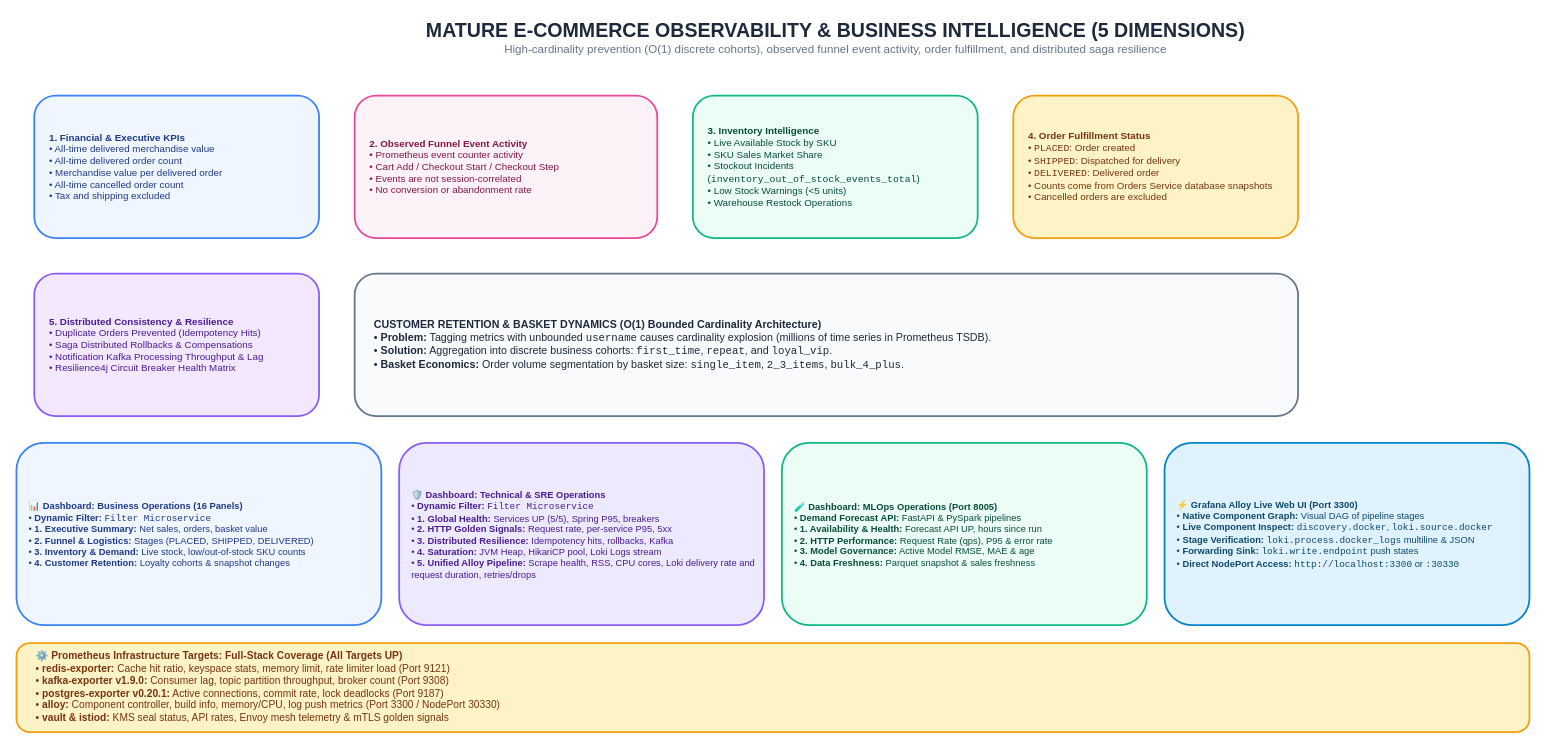
The draw.io diagram page "8. Mature E-Commerce Observability Architecture" (8 of 17) of docs/Diagrams.drawio in GeorgeGxx/microservices-architecture, before the edit. Source tidied: cells renumbered, new cells numbered last; positions are measured from the earlier drawing's top-left corner, leaving out a move shared by most shapes. Both pictures are drawn from the tidied source at 89%, with x=0, y=0 at pixel (16, 15).
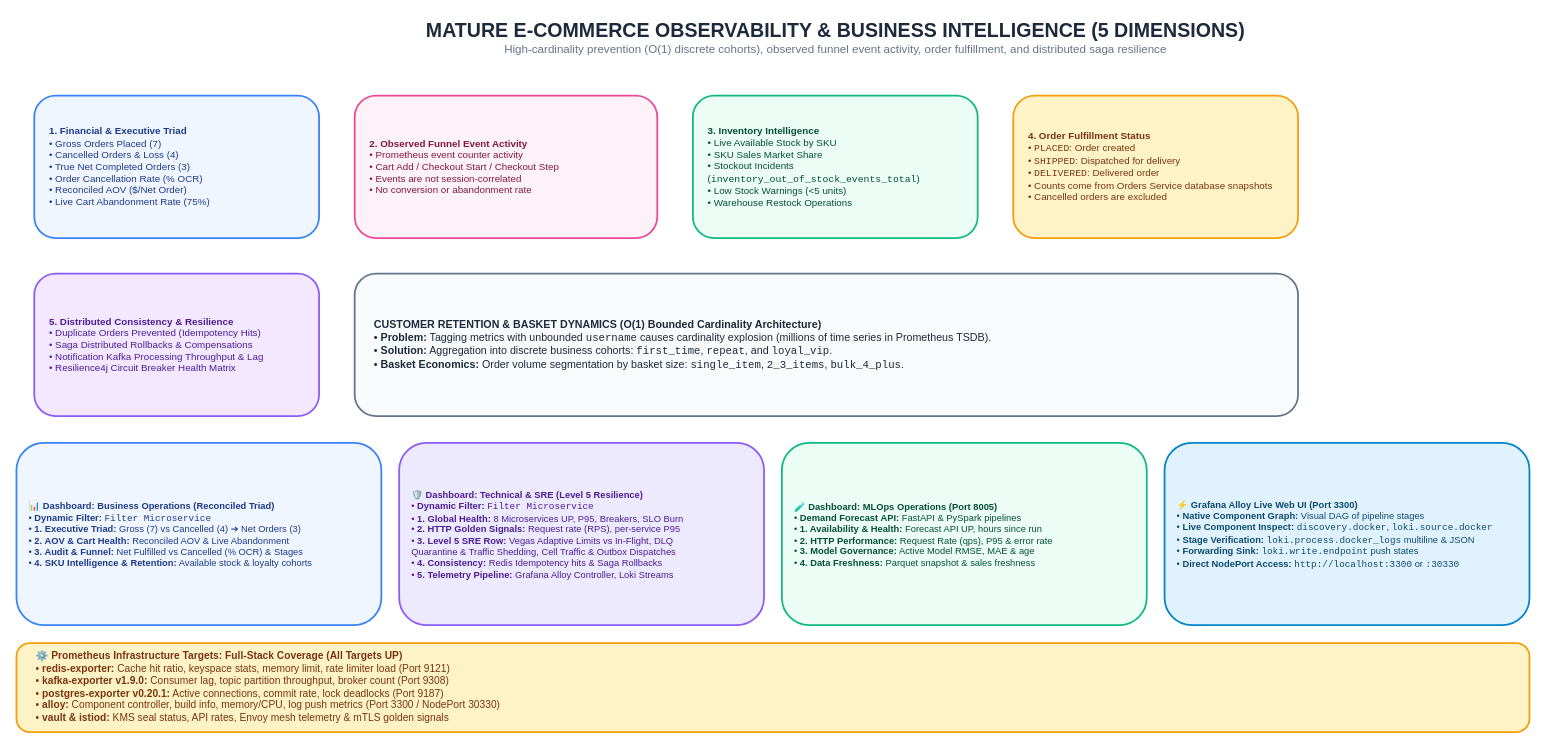
Above is the later version.

Commit message (it also covers changes not shown here):
docs: synchronize 17-page Draw.io blueprint and documentation for Level 5 resilience architecture and executive reconciliation triad

The edit, as a diff of the source:
```diff
@@
 <mxGraphModel>
   <root>
     <mxCell id="0" />
     <mxCell id="1" parent="0" />
     <mxCell id="2" value="&lt;b style='font-size:22px;color:#1E293B;'&gt;MATURE E-COMMERCE OBSERVABILITY &amp; BUSINESS INTELLIGENCE (5 DIMENSIONS)&lt;/b&gt;&lt;br&gt;&lt;span style='font-size:13px;color:#64748B;'&gt;High-cardinality prevention (O(1) discrete cohorts), observed funnel event activity, order fulfillment, and distributed saga resilience&lt;/span&gt;" style="text;html=1;align=center;verticalAlign=middle;rounded=0;" parent="1" vertex="1">
       <mxGeometry x="220" width="1400" height="50" as="geometry" />
     </mxCell>
-    <mxCell id="3" value="&lt;b&gt;1. Financial &amp; Executive KPIs&lt;/b&gt;&lt;br&gt;• All-time delivered merchandise value&lt;br&gt;• All-time delivered order count&lt;br&gt;• Merchandise value per delivered order&lt;br&gt;• All-time cancelled order count&lt;br&gt;• Tax and shipping excluded" style="rounded=1;whiteSpace=wrap;html=1;fillColor=#EFF6FF;strokeColor=#3B82F6;strokeWidth=2;fontColor=#1E3A8A;fontSize=11;align=left;spacingLeft=15;" parent="1" vertex="1">
+    <mxCell id="3" value="&lt;b&gt;1. Financial &amp; Executive Triad&lt;/b&gt;&lt;br&gt;• Gross Orders Placed (7)&lt;br&gt;• Cancelled Orders &amp;amp; Loss (4)&lt;br&gt;• True Net Completed Orders (3)&lt;br&gt;• Order Cancellation Rate (% OCR)&lt;br&gt;• Reconciled AOV ($/Net Order)&lt;br&gt;• Live Cart Abandonment Rate (75%)" style="rounded=1;whiteSpace=wrap;html=1;fillColor=#EFF6FF;strokeColor=#3B82F6;strokeWidth=2;fontColor=#1E3A8A;fontSize=11;align=left;spacingLeft=15;" parent="1" vertex="1">
       <mxGeometry x="20" y="90" width="320" height="160" as="geometry" />
     </mxCell>
     <mxCell id="4" value="&lt;b&gt;2. Observed Funnel Event Activity&lt;/b&gt;&lt;br&gt;• Prometheus event counter activity&lt;br&gt;• Cart Add / Checkout Start / Checkout Step&lt;br&gt;• Events are not session-correlated&lt;br&gt;• No conversion or abandonment rate" style="rounded=1;whiteSpace=wrap;html=1;fillColor=#FDF2F8;strokeColor=#EC4899;strokeWidth=2;fontColor=#831843;fontSize=11;align=left;spacingLeft=15;" parent="1" vertex="1">
       <mxGeometry x="380" y="90" width="340" height="160" as="geometry" />
     </mxCell>
     <mxCell id="5" value="&lt;b&gt;3. Inventory Intelligence&lt;/b&gt;&lt;br&gt;• Live Available Stock by SKU&lt;br&gt;• SKU Sales Market Share&lt;br&gt;• Stockout Incidents (&lt;code&gt;inventory_out_of_stock_events_total&lt;/code&gt;)&lt;br&gt;• Low Stock Warnings (&amp;lt;5 units)&lt;br&gt;• Warehouse Restock Operations" style="rounded=1;whiteSpace=wrap;html=1;fillColor=#ECFDF5;strokeColor=#10B981;strokeWidth=2;fontColor=#064E3B;fontSize=11;align=left;spacingLeft=15;" parent="1" vertex="1">
       <mxGeometry x="760" y="90" width="320" height="160" as="geometry" />
     </mxCell>
     <mxCell id="6" value="&lt;b&gt;4. Order Fulfillment Status&lt;/b&gt;&lt;br&gt;• &lt;code&gt;PLACED&lt;/code&gt;: Order created&lt;br&gt;• &lt;code&gt;SHIPPED&lt;/code&gt;: Dispatched for delivery&lt;br&gt;• &lt;code&gt;DELIVERED&lt;/code&gt;: Delivered order&lt;br&gt;• Counts come from Orders Service database snapshots&lt;br&gt;• Cancelled orders are excluded" style="rounded=1;whiteSpace=wrap;html=1;fillColor=#FEF3C7;strokeColor=#F59E0B;strokeWidth=2;fontColor=#78350F;fontSize=11;align=left;spacingLeft=15;" parent="1" vertex="1">
       <mxGeometry x="1120" y="90" width="320" height="160" as="geometry" />
     </mxCell>
     <mxCell id="7" value="&lt;b&gt;5. Distributed Consistency &amp; Resilience&lt;/b&gt;&lt;br&gt;• Duplicate Orders Prevented (Idempotency Hits)&lt;br&gt;• Saga Distributed Rollbacks &amp; Compensations&lt;br&gt;• Notification Kafka Processing Throughput &amp; Lag&lt;br&gt;• Resilience4j Circuit Breaker Health Matrix" style="rounded=1;whiteSpace=wrap;html=1;fillColor=#F3E8FF;strokeColor=#8B5CF6;strokeWidth=2;fontColor=#4C1D95;fontSize=11;align=left;spacingLeft=15;" parent="1" vertex="1">
       <mxGeometry x="20" y="290" width="320" height="160" as="geometry" />
     </mxCell>
     <mxCell id="8" value="&lt;b&gt;CUSTOMER RETENTION &amp; BASKET DYNAMICS (O(1) Bounded Cardinality Architecture)&lt;/b&gt;&lt;br&gt;• &lt;b&gt;Problem:&lt;/b&gt; Tagging metrics with unbounded &lt;code&gt;username&lt;/code&gt; causes cardinality explosion (millions of time series in Prometheus TSDB).&lt;br&gt;• &lt;b&gt;Solution:&lt;/b&gt; Aggregation into discrete business cohorts: &lt;code&gt;first_time&lt;/code&gt;, &lt;code&gt;repeat&lt;/code&gt;, and &lt;code&gt;loyal_vip&lt;/code&gt;.&lt;br&gt;• &lt;b&gt;Basket Economics:&lt;/b&gt; Order volume segmentation by basket size: &lt;code&gt;single_item&lt;/code&gt;, &lt;code&gt;2_3_items&lt;/code&gt;, &lt;code&gt;bulk_4_plus&lt;/code&gt;." style="rounded=1;whiteSpace=wrap;html=1;fillColor=#F8FAFC;strokeColor=#64748B;strokeWidth=2;fontColor=#1E293B;fontSize=12;align=left;spacingLeft=20;" parent="1" vertex="1">
       <mxGeometry x="380" y="290" width="1060" height="160" as="geometry" />
     </mxCell>
-    <mxCell id="9" value="&lt;b&gt;📊 Dashboard: Business Operations (16 Panels)&lt;/b&gt;&lt;br&gt;• &lt;b&gt;Dynamic Filter:&lt;/b&gt; &lt;code&gt;Filter Microservice&lt;/code&gt;&lt;br&gt;• &lt;b&gt;1. Executive Summary:&lt;/b&gt; Net sales, orders, basket value&lt;br&gt;• &lt;b&gt;2. Funnel &amp; Logistics:&lt;/b&gt; Stages (PLACED, SHIPPED, DELIVERED)&lt;br&gt;• &lt;b&gt;3. Inventory &amp; Demand:&lt;/b&gt; Live stock, low/out-of-stock SKU counts&lt;br&gt;• &lt;b&gt;4. Customer Retention:&lt;/b&gt; Loyalty cohorts &amp; snapshot changes" style="rounded=1;whiteSpace=wrap;html=1;fillColor=#EFF6FF;strokeColor=#3B82F6;strokeWidth=2;fontColor=#1E3A8A;fontSize=10.5;align=left;spacingLeft=12;" parent="1" vertex="1">
+    <mxCell id="9" value="&lt;b&gt;📊 Dashboard: Business Operations (Reconciled Triad)&lt;/b&gt;&lt;br&gt;• &lt;b&gt;Dynamic Filter:&lt;/b&gt; &lt;code&gt;Filter Microservice&lt;/code&gt;&lt;br&gt;• &lt;b&gt;1. Executive Triad:&lt;/b&gt; Gross (7) vs Cancelled (4) ➔ Net Orders (3)&lt;br&gt;• &lt;b&gt;2. AOV &amp;amp; Cart Health:&lt;/b&gt; Reconciled AOV &amp;amp; Live Abandonment&lt;br&gt;• &lt;b&gt;3. Audit &amp;amp; Funnel:&lt;/b&gt; Net Fulfilled vs Cancelled (% OCR) &amp;amp; Stages&lt;br&gt;• &lt;b&gt;4. SKU Intelligence &amp;amp; Retention:&lt;/b&gt; Available stock &amp;amp; loyalty cohorts" style="rounded=1;whiteSpace=wrap;html=1;fillColor=#EFF6FF;strokeColor=#3B82F6;strokeWidth=2;fontColor=#1E3A8A;fontSize=10.5;align=left;spacingLeft=12;" parent="1" vertex="1">
       <mxGeometry y="480" width="410" height="205" as="geometry" />
     </mxCell>
-    <mxCell id="10" value="&lt;b&gt;🛡️ Dashboard: Technical &amp; SRE Operations&lt;/b&gt;&lt;br&gt;• &lt;b&gt;Dynamic Filter:&lt;/b&gt; &lt;code&gt;Filter Microservice&lt;/code&gt;&lt;br&gt;• &lt;b&gt;1. Global Health:&lt;/b&gt; Services UP (5/5), Spring P95, breakers&lt;br&gt;• &lt;b&gt;2. HTTP Golden Signals:&lt;/b&gt; Request rate, per-service P95, 5xx&lt;br&gt;• &lt;b&gt;3. Distributed Resilience:&lt;/b&gt; Idempotency hits, rollbacks, Kafka&lt;br&gt;• &lt;b&gt;4. Saturation:&lt;/b&gt; JVM Heap, HikariCP pool, Loki Logs stream&lt;br&gt;• &lt;b&gt;5. Unified Alloy Pipeline:&lt;/b&gt; Scrape health, RSS, CPU cores, Loki delivery rate and request duration, retries/drops" style="rounded=1;whiteSpace=wrap;html=1;fillColor=#EDE9FE;strokeColor=#8B5CF6;strokeWidth=2;fontColor=#4C1D95;fontSize=10.5;align=left;spacingLeft=12;" parent="1" vertex="1">
+    <mxCell id="10" value="&lt;b&gt;🛡️ Dashboard: Technical &amp;amp; SRE (Level 5 Resilience)&lt;/b&gt;&lt;br&gt;• &lt;b&gt;Dynamic Filter:&lt;/b&gt; &lt;code&gt;Filter Microservice&lt;/code&gt;&lt;br&gt;• &lt;b&gt;1. Global Health:&lt;/b&gt; 8 Microservices UP, P95, Breakers, SLO Burn&lt;br&gt;• &lt;b&gt;2. HTTP Golden Signals:&lt;/b&gt; Request rate (RPS), per-service P95&lt;br&gt;• &lt;b&gt;3. Level 5 SRE Row:&lt;/b&gt; Vegas Adaptive Limits vs In-Flight, DLQ&lt;br&gt;Quarantine &amp;amp; Traffic Shedding, Cell Traffic &amp;amp; Outbox Dispatches&lt;br&gt;• &lt;b&gt;4. Consistency:&lt;/b&gt; Redis Idempotency hits &amp;amp; Saga Rollbacks&lt;br&gt;• &lt;b&gt;5. Telemetry Pipeline:&lt;/b&gt; Grafana Alloy Controller, Loki Streams" style="rounded=1;whiteSpace=wrap;html=1;fillColor=#EDE9FE;strokeColor=#8B5CF6;strokeWidth=2;fontColor=#4C1D95;fontSize=10.5;align=left;spacingLeft=12;" parent="1" vertex="1">
       <mxGeometry x="430" y="480" width="410" height="205" as="geometry" />
     </mxCell>
     <mxCell id="11" value="&lt;b&gt;🧪 Dashboard: MLOps Operations (Port 8005)&lt;/b&gt;&lt;br&gt;• &lt;b&gt;Demand Forecast API:&lt;/b&gt; FastAPI &amp; PySpark pipelines&lt;br&gt;• &lt;b&gt;1. Availability &amp; Health:&lt;/b&gt; Forecast API UP, hours since run&lt;br&gt;• &lt;b&gt;2. HTTP Performance:&lt;/b&gt; Request Rate (qps), P95 &amp; error rate&lt;br&gt;• &lt;b&gt;3. Model Governance:&lt;/b&gt; Active Model RMSE, MAE &amp; age&lt;br&gt;• &lt;b&gt;4. Data Freshness:&lt;/b&gt; Parquet snapshot &amp; sales freshness" style="rounded=1;whiteSpace=wrap;html=1;fillColor=#ECFDF5;strokeColor=#10B981;strokeWidth=2;fontColor=#064E3B;fontSize=10.5;align=left;spacingLeft=12;" parent="1" vertex="1">
       <mxGeometry x="860" y="480" width="410" height="205" as="geometry" />
     </mxCell>
     <mxCell id="12" value="&lt;b&gt;⚡ Grafana Alloy Live Web UI (Port 3300)&lt;/b&gt;&lt;br&gt;• &lt;b&gt;Native Component Graph:&lt;/b&gt; Visual DAG of pipeline stages&lt;br&gt;• &lt;b&gt;Live Component Inspect:&lt;/b&gt; &lt;code&gt;discovery.docker&lt;/code&gt;, &lt;code&gt;loki.source.docker&lt;/code&gt;&lt;br&gt;• &lt;b&gt;Stage Verification:&lt;/b&gt; &lt;code&gt;loki.process.docker_logs&lt;/code&gt; multiline &amp; JSON&lt;br&gt;• &lt;b&gt;Forwarding Sink:&lt;/b&gt; &lt;code&gt;loki.write.endpoint&lt;/code&gt; push states&lt;br&gt;• &lt;b&gt;Direct NodePort Access:&lt;/b&gt; &lt;code&gt;http://localhost:3300&lt;/code&gt; or &lt;code&gt;:30330&lt;/code&gt;" style="rounded=1;whiteSpace=wrap;html=1;fillColor=#E0F2FE;strokeColor=#0284C7;strokeWidth=2;fontColor=#0C4A6E;fontSize=10.5;align=left;spacingLeft=12;" parent="1" vertex="1">
       <mxGeometry x="1290" y="480" width="410" height="205" as="geometry" />
     </mxCell>
     <mxCell id="13" value="&lt;b&gt;⚙️ Prometheus Infrastructure Targets: Full-Stack Coverage (All Targets UP)&lt;/b&gt;&lt;br&gt;• &lt;b&gt;redis-exporter:&lt;/b&gt; Cache hit ratio, keyspace stats, memory limit, rate limiter load (Port 9121)&lt;br&gt;• &lt;b&gt;kafka-exporter v1.9.0:&lt;/b&gt; Consumer lag, topic partition throughput, broker count (Port 9308)&lt;br&gt;• &lt;b&gt;postgres-exporter v0.20.1:&lt;/b&gt; Active connections, commit rate, lock deadlocks (Port 9187)&lt;br&gt;• &lt;b&gt;alloy:&lt;/b&gt; Component controller, build info, memory/CPU, log push metrics (Port 3300 / NodePort 30330)&lt;br&gt;• &lt;b&gt;vault &amp; istiod:&lt;/b&gt; KMS seal status, API rates, Envoy mesh telemetry &amp; mTLS golden signals" style="rounded=1;whiteSpace=wrap;html=1;fillColor=#FEF3C7;strokeColor=#F59E0B;strokeWidth=2;fontColor=#78350F;fontSize=11.5;align=left;spacingLeft=20;" parent="1" vertex="1">
       <mxGeometry y="705" width="1700" height="100" as="geometry" />
     </mxCell>
   </root>
 </mxGraphModel>
```
